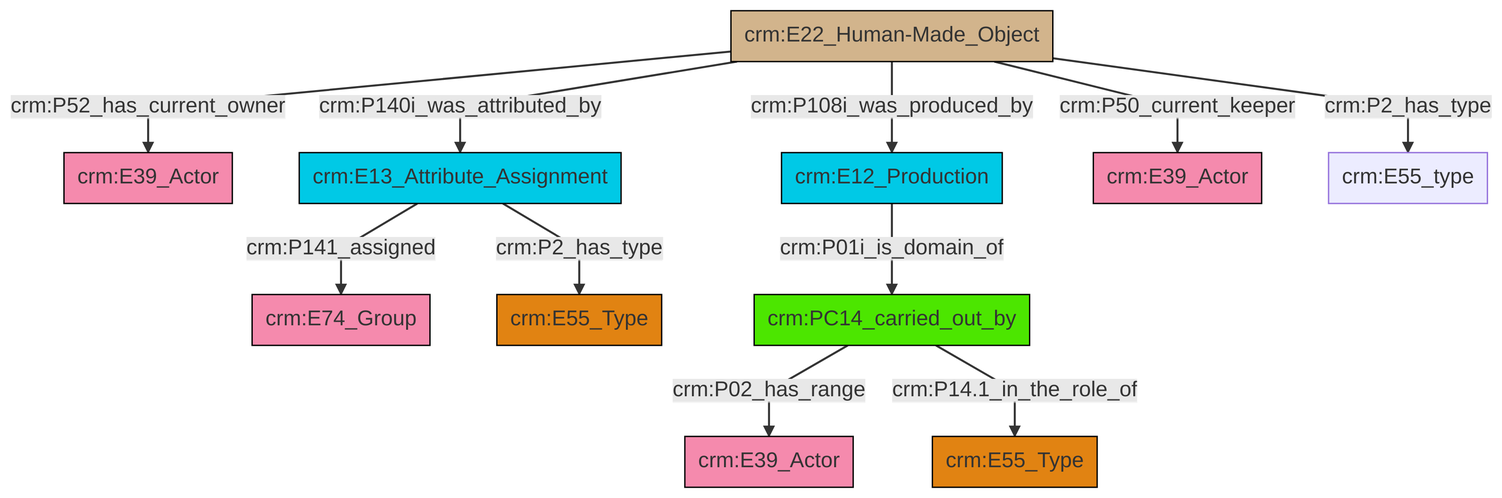
Before: et/artworkCSV/ttl/mmd/png/Artwork_Actor_Relations.png, a diagram exported from Mermaid (swiss-art-research-net/docs.swissartresearch). Its source is kept beside it as et/artworkCSV/ttl/mmd/Artwork_Actor_Relations.ttl.mmd.
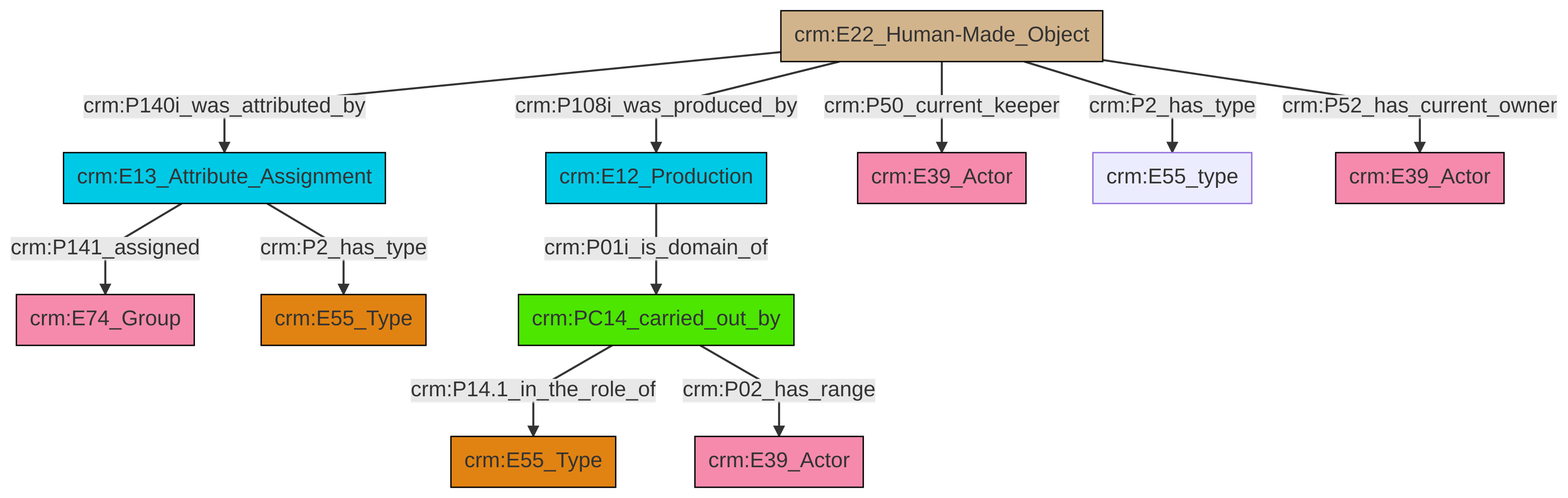
After the change.

What changed in the source:
```diff
@@ -13,13 +13,13 @@
 classDef PC_Classes fill:#4ce600, stroke:#000000;
 classDef Multi fill:#cccccc,stroke:#000000;
 
-2["crm:E22_Human-Made_Object"]:::Physical_Thing -->|crm:P52_has_current_owner| 3["crm:E39_Actor"]:::Actor
-2["crm:E22_Human-Made_Object"]:::Physical_Thing -->|crm:P108i_was_produced_by| 15["crm:E12_Production"]:::Temporal_Entity
-13["crm:E13_Attribute_Assignment"]:::Temporal_Entity -->|crm:P141_assigned| 4["crm:E74_Group"]:::Actor
-10["crm:PC14_carried_out_by"]:::PC_Classes -->|crm:P02_has_range| 0["crm:E39_Actor"]:::Actor
-2["crm:E22_Human-Made_Object"]:::Physical_Thing -->|crm:P50_current_keeper| 17["crm:E39_Actor"]:::Actor
-2["crm:E22_Human-Made_Object"]:::Physical_Thing -->|crm:P2_has_type| 18["crm:E55_type"]:::Default
-10["crm:PC14_carried_out_by"]:::PC_Classes -->|crm:P14.1_in_the_role_of| 20["crm:E55_Type"]:::Type
-13["crm:E13_Attribute_Assignment"]:::Temporal_Entity -->|crm:P2_has_type| 7["crm:E55_Type"]:::Type
-15["crm:E12_Production"]:::Temporal_Entity -->|crm:P01i_is_domain_of| 10["crm:PC14_carried_out_by"]:::PC_Classes
-2["crm:E22_Human-Made_Object"]:::Physical_Thing -->|crm:P140i_was_attributed_by| 13["crm:E13_Attribute_Assignment"]:::Temporal_Entity
+0["crm:E13_Attribute_Assignment"]:::Temporal_Entity -->|crm:P141_assigned| 1["crm:E74_Group"]:::Actor
+9["crm:E22_Human-Made_Object"]:::Physical_Thing -->|crm:P50_current_keeper| 5["crm:E39_Actor"]:::Actor
+9["crm:E22_Human-Made_Object"]:::Physical_Thing -->|crm:P108i_was_produced_by| 3["crm:E12_Production"]:::Temporal_Entity
+0["crm:E13_Attribute_Assignment"]:::Temporal_Entity -->|crm:P2_has_type| 7["crm:E55_Type"]:::Type
+9["crm:E22_Human-Made_Object"]:::Physical_Thing -->|crm:P52_has_current_owner| 15["crm:E39_Actor"]:::Actor
+12["crm:PC14_carried_out_by"]:::PC_Classes -->|crm:P14.1_in_the_role_of| 16["crm:E55_Type"]:::Type
+3["crm:E12_Production"]:::Temporal_Entity -->|crm:P01i_is_domain_of| 12["crm:PC14_carried_out_by"]:::PC_Classes
+12["crm:PC14_carried_out_by"]:::PC_Classes -->|crm:P02_has_range| 19["crm:E39_Actor"]:::Actor
+9["crm:E22_Human-Made_Object"]:::Physical_Thing -->|crm:P2_has_type| 10["crm:E55_type"]:::Default
+9["crm:E22_Human-Made_Object"]:::Physical_Thing -->|crm:P140i_was_attributed_by| 0["crm:E13_Attribute_Assignment"]:::Temporal_Entity
```
